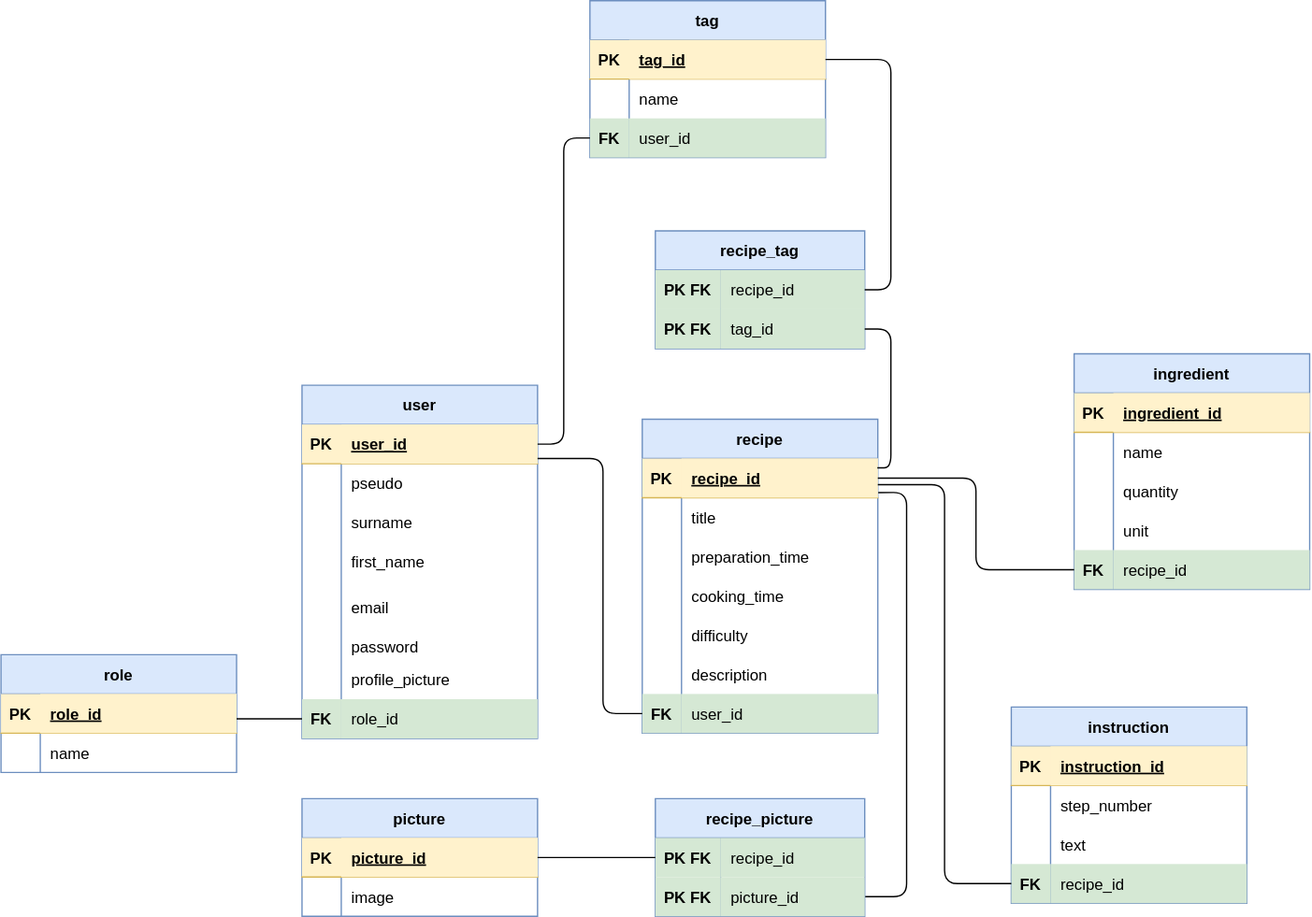
Above: code/server/merise/MLD_le_reseau_des_gourmets.drawio.svg in TigerSnowy/le_reseau_des_gourmets (draw.io), before the change. Source tidied: cells renumbered, new cells last; positions are measured from the earlier drawing's top-left corner, leaving out a move shared by most shapes.
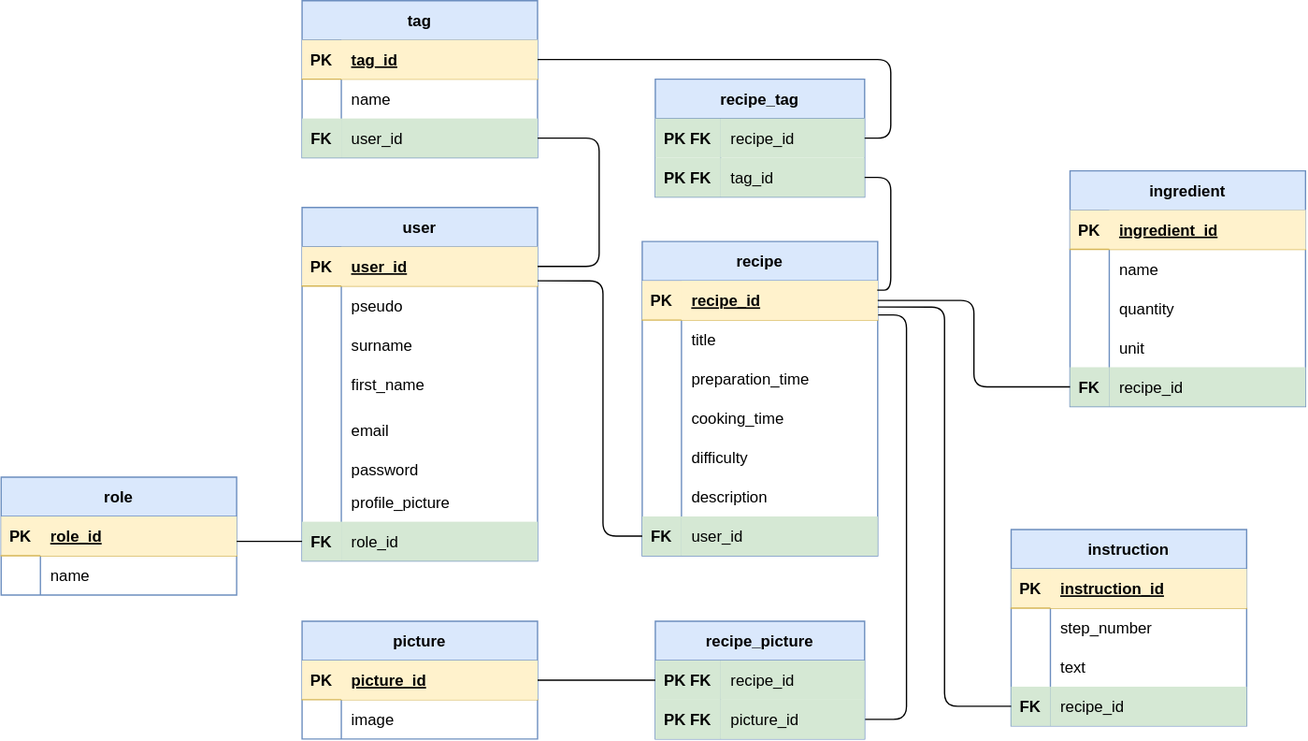
The same file after the commit.

Change to the diagram source:
```diff
@@ -196,7 +196,7 @@
       <mxGeometry x="30" width="150" height="30" as="geometry" />
     </mxCell>
     <mxCell id="64" value="ingredient" style="shape=table;startSize=30;rowLines=0;fontStyle=1;align=center;swimlaneFillColor=default;fillColor=#dae8fc;strokeColor=#6c8ebf;" parent="1" vertex="1">
-      <mxGeometry x="820" y="270" width="180" height="180" as="geometry" />
+      <mxGeometry x="817" y="266" width="180" height="180" as="geometry" />
     </mxCell>
     <mxCell id="65" style="shape=tableRow;horizontal=0;startSize=0;swimlaneHead=0;swimlaneBody=0;fillColor=#fff2cc;top=0;left=0;right=0;bottom=1;strokeColor=#d6b656;" parent="64" vertex="1">
       <mxGeometry y="30" width="180" height="30" as="geometry" />
@@ -324,7 +324,7 @@
       <mxGeometry relative="1" as="geometry" />
     </mxCell>
     <mxCell id="105" value="tag" style="shape=table;startSize=30;rowLines=0;fontStyle=1;align=center;swimlaneFillColor=default;fillColor=#dae8fc;strokeColor=#6c8ebf;" parent="1" vertex="1">
-      <mxGeometry x="450" width="180" height="120" as="geometry" />
+      <mxGeometry x="230" y="136" width="180" height="120" as="geometry" />
     </mxCell>
     <mxCell id="106" style="shape=tableRow;horizontal=0;startSize=0;swimlaneHead=0;swimlaneBody=0;fillColor=#fff2cc;points=[[0,0.5],[1,0.5]];portConstraint=eastwest;top=0;left=0;right=0;bottom=1;strokeColor=#d6b656;" parent="105" vertex="1">
       <mxGeometry y="30" width="180" height="30" as="geometry" />
@@ -353,11 +353,16 @@
     <mxCell id="114" value="user_id" style="shape=partialRectangle;fillColor=#d5e8d4;top=0;left=0;bottom=0;right=0;align=left;spacingLeft=6;overflow=hidden;strokeColor=#82b366;" parent="112" vertex="1">
       <mxGeometry x="30" width="150" height="30" as="geometry" />
     </mxCell>
-    <mxCell id="115" style="edgeStyle=orthogonalEdgeStyle;html=1;entryX=1;entryY=0.5;entryDx=0;entryDy=0;endArrow=none;endFill=0;" parent="1" edge="1" source="112" target="3">
-      <mxGeometry relative="1" as="geometry" />
+    <mxCell id="115" style="edgeStyle=orthogonalEdgeStyle;html=1;entryX=1;entryY=0.5;entryDx=0;entryDy=0;endArrow=none;endFill=0;exitX=1;exitY=0.5;exitDx=0;exitDy=0;" parent="1" edge="1" source="112" target="3">
+      <mxGeometry relative="1" as="geometry">
+        <Array as="points">
+          <mxPoint x="457" y="241" />
+          <mxPoint x="457" y="339" />
+        </Array>
+      </mxGeometry>
     </mxCell>
     <mxCell id="116" value="recipe_tag" style="shape=table;startSize=30;rowLines=0;fontStyle=1;align=center;swimlaneFillColor=default;fillColor=#dae8fc;strokeColor=#6c8ebf;" parent="1" vertex="1">
-      <mxGeometry x="500" y="176" width="160" height="90" as="geometry" />
+      <mxGeometry x="500" y="196" width="160" height="90" as="geometry" />
     </mxCell>
     <mxCell id="117" style="shape=tableRow;horizontal=0;startSize=0;swimlaneHead=0;swimlaneBody=0;fillColor=none;points=[[0,0.5],[1,0.5]];portConstraint=eastwest;top=0;left=0;right=0;bottom=0;" parent="116" vertex="1">
       <mxGeometry y="30" width="160" height="30" as="geometry" />
@@ -380,15 +385,15 @@
     <mxCell id="123" style="edgeStyle=orthogonalEdgeStyle;html=1;entryX=1;entryY=0.5;entryDx=0;entryDy=0;endArrow=none;endFill=0;exitX=1;exitY=0.5;exitDx=0;exitDy=0;" parent="1" edge="1" source="117" target="106">
       <mxGeometry relative="1" as="geometry">
         <Array as="points">
-          <mxPoint x="680" y="221" />
-          <mxPoint x="680" y="45" />
+          <mxPoint x="680" y="241" />
+          <mxPoint x="680" y="181" />
         </Array>
       </mxGeometry>
     </mxCell>
     <mxCell id="124" style="edgeStyle=orthogonalEdgeStyle;html=1;entryX=0.998;entryY=0.237;entryDx=0;entryDy=0;entryPerimeter=0;endArrow=none;endFill=0;exitX=1;exitY=0.5;exitDx=0;exitDy=0;" parent="1" edge="1" source="120" target="28">
       <mxGeometry relative="1" as="geometry">
         <Array as="points">
-          <mxPoint x="680" y="251" />
+          <mxPoint x="680" y="271" />
           <mxPoint x="680" y="357" />
         </Array>
       </mxGeometry>
```
